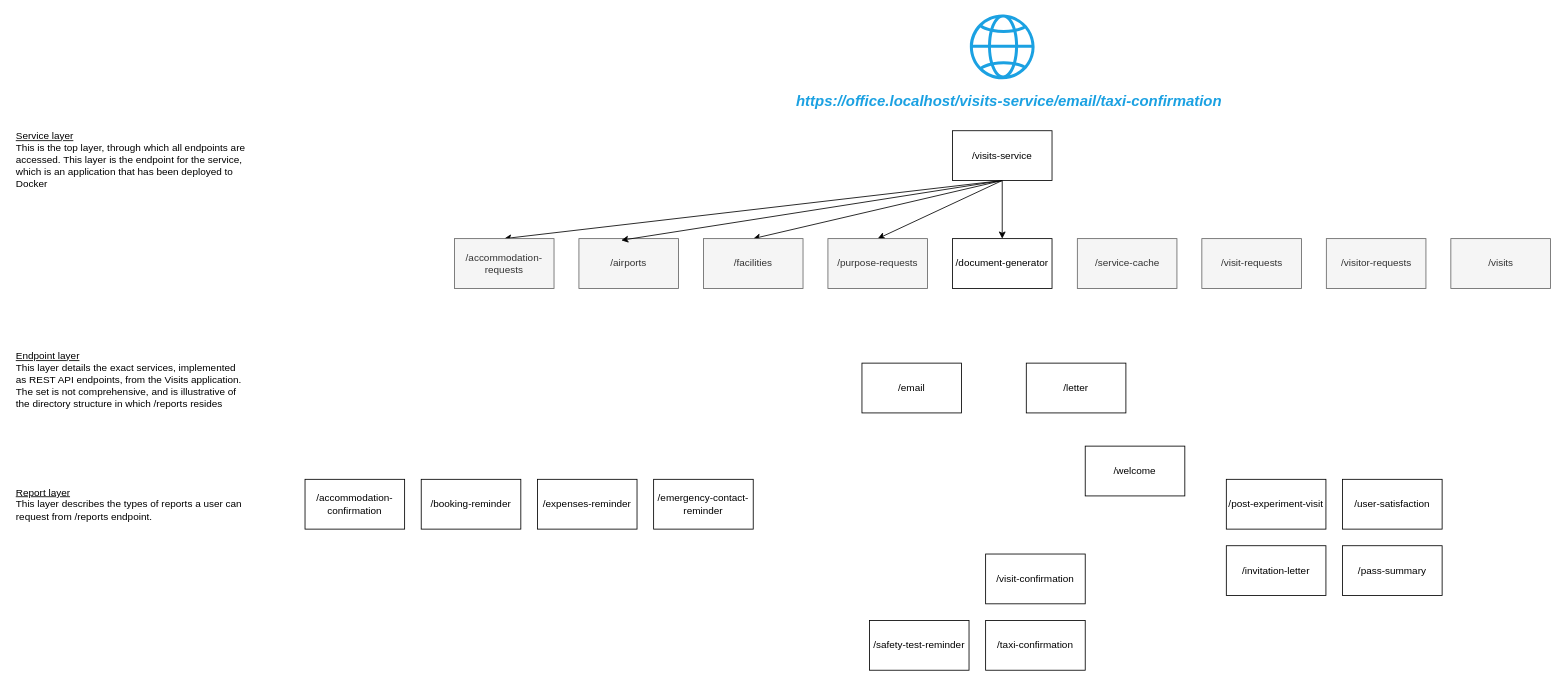
Above: Service URL hierarchy.drawio in ambolt314/FinalProjectDesign (draw.io), before the change. Source tidied: cells renumbered, new cells numbered last; positions are measured from the earlier drawing's top-left corner, leaving out a move shared by most shapes. Both pictures are drawn from the tidied source at 83%, with x=0, y=0 at pixel (14, 14).
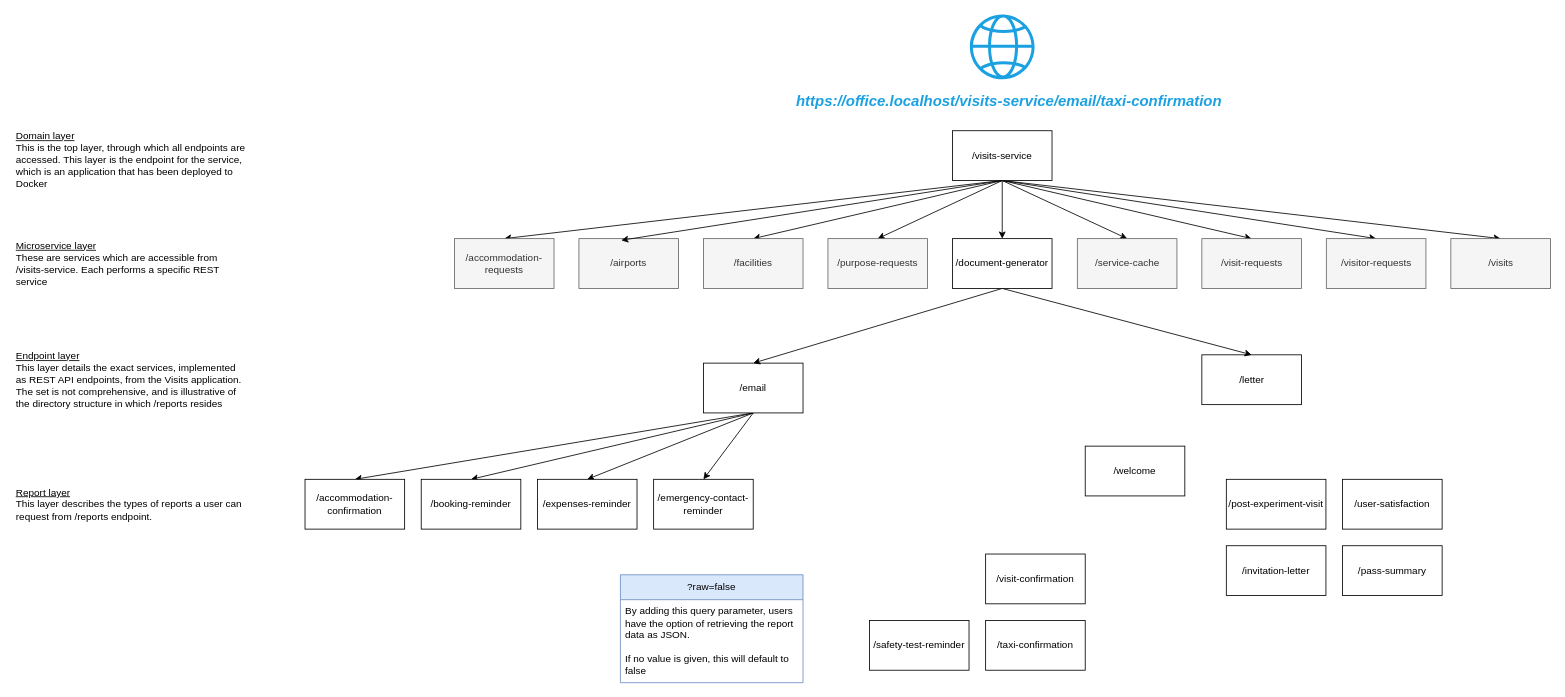
The same page after the edit.

Commit message:
Added raw query parameter

Unchanged cells that the change refers to:
```xml
<mxCell id="6" value="/visits-service" style="rounded=0;whiteSpace=wrap;html=1;" parent="1" vertex="1">
  <mxGeometry x="1130" y="140" width="120" height="60" as="geometry" />
</mxCell>
<mxCell id="10" value="/visit-requests" style="rounded=0;whiteSpace=wrap;html=1;fillColor=#f5f5f5;fontColor=#333333;strokeColor=#666666;" parent="1" vertex="1">
  <mxGeometry x="1430.5" y="270" width="120" height="60" as="geometry" />
</mxCell>
<mxCell id="14" value="/service-cache" style="rounded=0;whiteSpace=wrap;html=1;fillColor=#f5f5f5;fontColor=#333333;strokeColor=#666666;" parent="1" vertex="1">
  <mxGeometry x="1280.5" y="270" width="120" height="60" as="geometry" />
</mxCell>
<mxCell id="15" value="/visitor-requests" style="rounded=0;whiteSpace=wrap;html=1;fillColor=#f5f5f5;fontColor=#333333;strokeColor=#666666;" parent="1" vertex="1">
  <mxGeometry x="1580.5" y="270" width="120" height="60" as="geometry" />
</mxCell>
<mxCell id="16" value="/visits" style="rounded=0;whiteSpace=wrap;html=1;fillColor=#f5f5f5;fontColor=#333333;strokeColor=#666666;" parent="1" vertex="1">
  <mxGeometry x="1730.5" y="270" width="120" height="60" as="geometry" />
</mxCell>
<mxCell id="18" value="/booking-reminder" style="rounded=0;whiteSpace=wrap;html=1;" parent="1" vertex="1">
  <mxGeometry x="490" y="560" width="120" height="60" as="geometry" />
</mxCell>
<mxCell id="21" value="/accommodation-confirmation" style="rounded=0;whiteSpace=wrap;html=1;" parent="1" vertex="1">
  <mxGeometry x="350" y="560" width="120" height="60" as="geometry" />
</mxCell>
<mxCell id="24" value="/expenses-reminder" style="rounded=0;whiteSpace=wrap;html=1;" parent="1" vertex="1">
  <mxGeometry x="630" y="560" width="120" height="60" as="geometry" />
</mxCell>
<mxCell id="29" value="/emergency-contact-reminder" style="rounded=0;whiteSpace=wrap;html=1;" parent="1" vertex="1">
  <mxGeometry x="770" y="560" width="120" height="60" as="geometry" />
</mxCell>
<mxCell id="34" value="&lt;div&gt;/document-generator&lt;/div&gt;" style="rounded=0;whiteSpace=wrap;html=1;" parent="1" vertex="1">
  <mxGeometry x="1130" y="270" width="120" height="60" as="geometry" />
</mxCell>
```

What changed in the source:
```diff
@@
+    <mxCell id="36" style="edgeStyle=none;rounded=0;jettySize=auto;html=1;entryX=0.5;entryY=0;entryDx=0;entryDy=0;exitX=0.5;exitY=1;exitDx=0;exitDy=0;" parent="1" edge="1" source="6" target="14">
+      <mxGeometry relative="1" as="geometry" />
+    </mxCell>
+    <mxCell id="37" style="edgeStyle=none;rounded=0;jettySize=auto;html=1;entryX=0.5;entryY=0;entryDx=0;entryDy=0;exitX=0.5;exitY=1;exitDx=0;exitDy=0;" parent="1" edge="1" source="6" target="10">
+      <mxGeometry relative="1" as="geometry" />
+    </mxCell>
+    <mxCell id="38" style="edgeStyle=none;rounded=0;jettySize=auto;html=1;entryX=0.5;entryY=0;entryDx=0;entryDy=0;exitX=0.5;exitY=1;exitDx=0;exitDy=0;" parent="1" edge="1" source="6" target="15">
+      <mxGeometry relative="1" as="geometry" />
+    </mxCell>
+    <mxCell id="39" style="edgeStyle=none;rounded=0;jettySize=auto;html=1;entryX=0.5;entryY=0;entryDx=0;entryDy=0;exitX=0.5;exitY=1;exitDx=0;exitDy=0;" parent="1" edge="1" source="6" target="16">
+      <mxGeometry relative="1" as="geometry" />
+    </mxCell>
@@
+    <mxCell id="40" style="edgeStyle=none;rounded=0;jettySize=auto;html=1;entryX=0.5;entryY=0;entryDx=0;entryDy=0;exitX=0.5;exitY=1;exitDx=0;exitDy=0;" parent="1" edge="1" source="8" target="21">
+      <mxGeometry relative="1" as="geometry" />
+    </mxCell>
+    <mxCell id="41" style="edgeStyle=none;rounded=0;jettySize=auto;html=1;entryX=0.5;entryY=0;entryDx=0;entryDy=0;exitX=0.5;exitY=1;exitDx=0;exitDy=0;" parent="1" edge="1" source="8" target="18">
+      <mxGeometry relative="1" as="geometry" />
+    </mxCell>
+    <mxCell id="42" style="edgeStyle=none;rounded=0;jettySize=auto;html=1;entryX=0.5;entryY=0;entryDx=0;entryDy=0;exitX=0.5;exitY=1;exitDx=0;exitDy=0;" parent="1" edge="1" source="8" target="24">
+      <mxGeometry relative="1" as="geometry" />
+    </mxCell>
+    <mxCell id="43" style="edgeStyle=none;rounded=0;jettySize=auto;html=1;entryX=0.5;entryY=0;entryDx=0;entryDy=0;exitX=0.5;exitY=1;exitDx=0;exitDy=0;" parent="1" edge="1" source="8" target="29">
+      <mxGeometry relative="1" as="geometry" />
+    </mxCell>
     <mxCell id="8" value="/email" style="rounded=0;whiteSpace=wrap;html=1;" parent="1" vertex="1">
-      <mxGeometry x="1021" y="420" width="120" height="60" as="geometry" />
+      <mxGeometry x="830" y="420" width="120" height="60" as="geometry" />
     </mxCell>
@@
-    <mxCell id="19" value="&lt;div align=&quot;left&quot;&gt;&lt;u&gt;Service layer&lt;/u&gt;&lt;/div&gt;&lt;div align=&quot;left&quot;&gt;This is the top layer, through which all endpoints are accessed. This layer is the endpoint for the service, which is an application that has been deployed to Docker&lt;br&gt;&lt;/div&gt;" style="text;html=1;align=left;verticalAlign=middle;whiteSpace=wrap;rounded=0;" parent="1" vertex="1">
+    <mxCell id="19" value="&lt;div align=&quot;left&quot;&gt;&lt;u&gt;Domain layer&lt;/u&gt;&lt;/div&gt;&lt;div align=&quot;left&quot;&gt;This is the top layer, through which all endpoints are accessed. This layer is the endpoint for the service, which is an application that has been deployed to Docker&lt;br&gt;&lt;/div&gt;" style="text;html=1;align=left;verticalAlign=middle;whiteSpace=wrap;rounded=0;" parent="1" vertex="1">
       <mxGeometry y="160" width="280" height="30" as="geometry" />
     </mxCell>
@@
     <mxCell id="33" value="&lt;div&gt;/letter&lt;/div&gt;" style="rounded=0;whiteSpace=wrap;html=1;" parent="1" vertex="1">
-      <mxGeometry x="1219" y="420" width="120" height="60" as="geometry" />
+      <mxGeometry x="1430.5" y="410" width="120" height="60" as="geometry" />
     </mxCell>
+    <mxCell id="44" style="edgeStyle=none;rounded=0;jettySize=auto;html=1;entryX=0.5;entryY=0;entryDx=0;entryDy=0;exitX=0.5;exitY=1;exitDx=0;exitDy=0;" parent="1" edge="1" source="34" target="8">
+      <mxGeometry relative="1" as="geometry" />
+    </mxCell>
+    <mxCell id="45" style="edgeStyle=none;rounded=0;jettySize=auto;html=1;entryX=0.5;entryY=0;entryDx=0;entryDy=0;exitX=0.5;exitY=1;exitDx=0;exitDy=0;" parent="1" edge="1" source="34" target="33">
+      <mxGeometry relative="1" as="geometry" />
+    </mxCell>
@@
+    <mxCell id="46" value="&lt;div align=&quot;left&quot;&gt;&lt;u&gt;Microservice layer&lt;/u&gt;&lt;/div&gt;&lt;div align=&quot;left&quot;&gt;These are services which are accessible from /visits-service. Each performs a specific REST service&lt;br&gt;&lt;/div&gt;" style="text;html=1;align=left;verticalAlign=middle;whiteSpace=wrap;rounded=0;" parent="1" vertex="1">
+      <mxGeometry y="285" width="280" height="30" as="geometry" />
+    </mxCell>
+    <mxCell id="47" value="?raw=false" style="swimlane;fontStyle=0;horizontal=1;startSize=30;whiteSpace=wrap;html=1;fillColor=#dae8fc;strokeColor=#6c8ebf;" parent="1" vertex="1">
+      <mxGeometry x="730" y="675" width="220" height="130" as="geometry" />
+    </mxCell>
+    <mxCell id="48" value="&lt;div&gt;By adding this query parameter, users have the option of retrieving the report data as JSON.&lt;/div&gt;&lt;div&gt;&lt;br&gt;&lt;/div&gt;&lt;div&gt;If no value is given, this will default to false&lt;br&gt;&lt;/div&gt;" style="text;strokeColor=none;fillColor=none;align=left;verticalAlign=middle;spacingLeft=4;spacingRight=4;overflow=hidden;whiteSpace=wrap;html=1;" parent="47" vertex="1">
+      <mxGeometry y="30" width="220" height="100" as="geometry" />
+    </mxCell>
```
